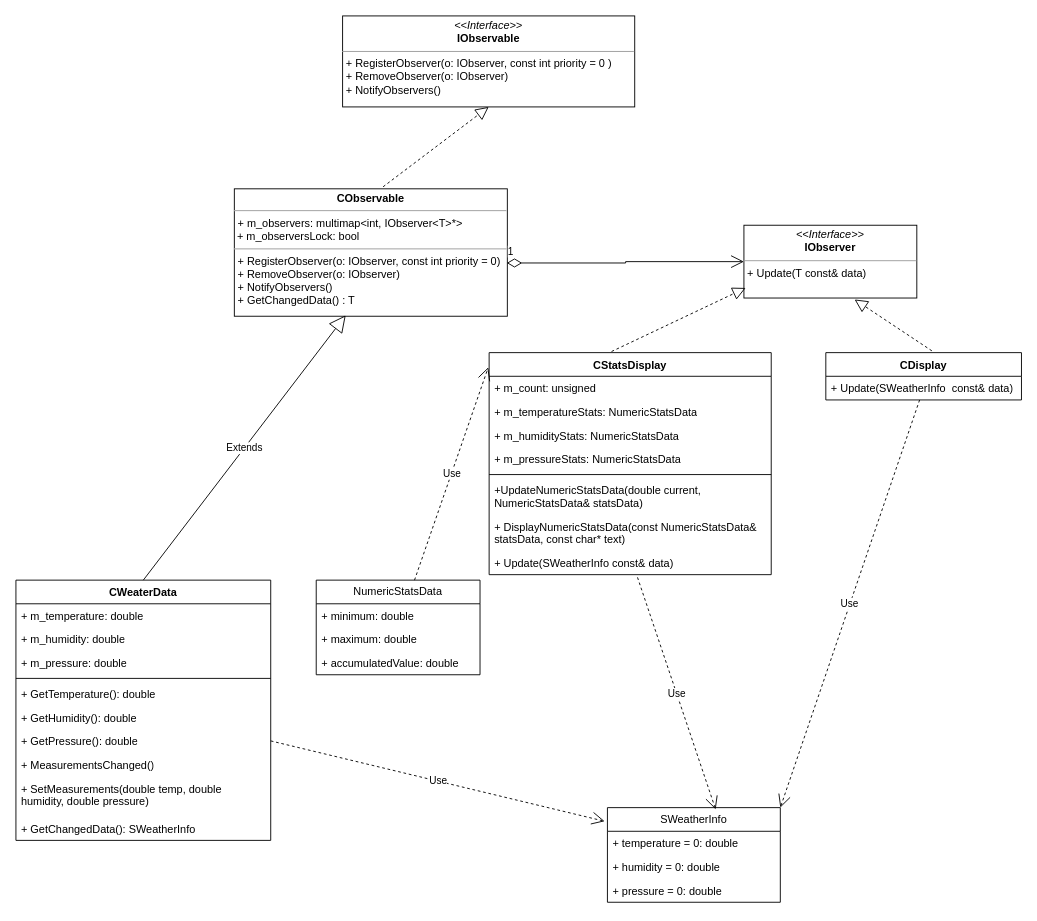
Earlier version of the draw.io diagram lab2/task3.drawio (amfunNylord/ood). Source tidied: cells renumbered, new cells numbered last; positions are measured from the earlier drawing's top-left corner, leaving out a move shared by most shapes. Both pictures are drawn from the tidied source at 91%, with x=0, y=0 at pixel (15, 15).
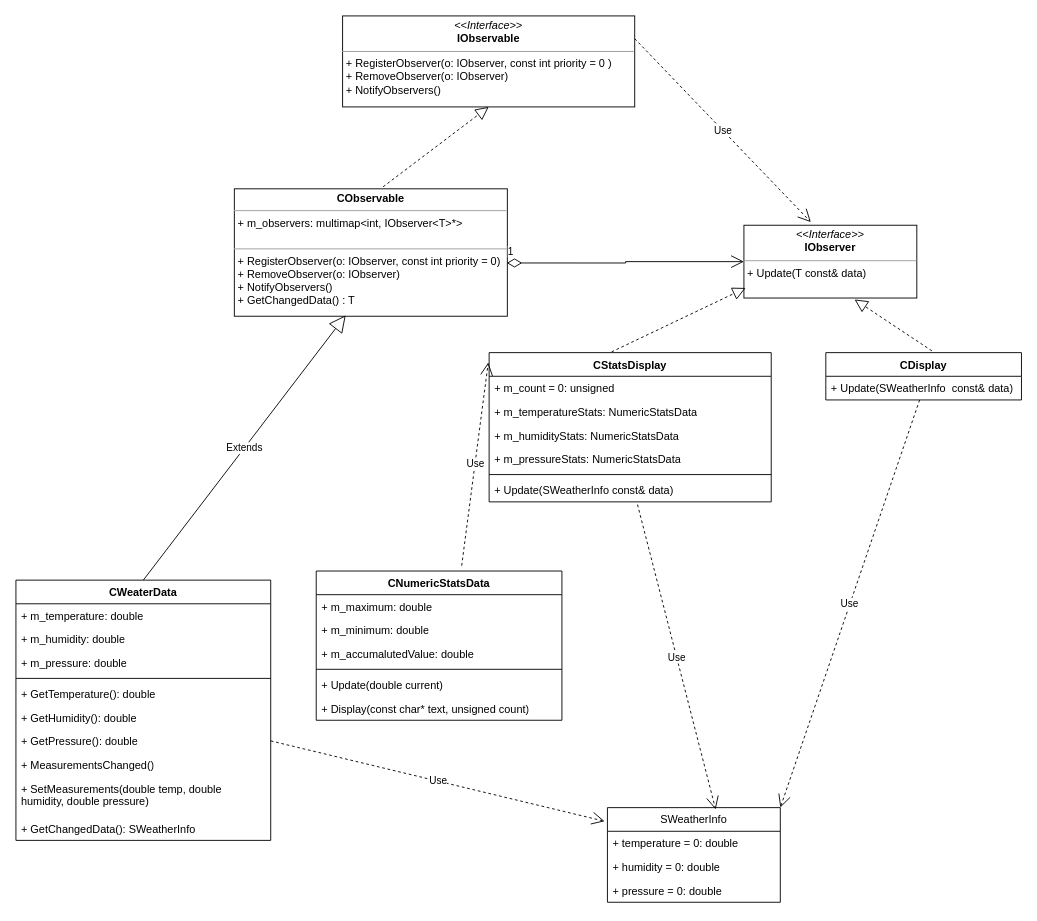
The same diagram, later.

The change refers to these unchanged cells:
```xml
<mxCell id="2" value="&lt;p style=&quot;margin:0px;margin-top:4px;text-align:center;&quot;&gt;&lt;i&gt;&amp;lt;&amp;lt;Interface&amp;gt;&amp;gt;&lt;/i&gt;&lt;br&gt;&lt;b&gt;IObserver&lt;/b&gt;&lt;/p&gt;&lt;hr size=&quot;1&quot;&gt;&lt;p style=&quot;margin:0px;margin-left:4px;&quot;&gt;+ Update(T const&amp;amp; data)&lt;br&gt;&lt;/p&gt;" style="verticalAlign=top;align=left;overflow=fill;fontSize=12;fontFamily=Helvetica;html=1;whiteSpace=wrap;" parent="1" vertex="1">
  <mxGeometry x="800" y="230" width="190" height="80" as="geometry" />
</mxCell>
<mxCell id="3" value="&lt;p style=&quot;margin:0px;margin-top:4px;text-align:center;&quot;&gt;&lt;i&gt;&amp;lt;&amp;lt;Interface&amp;gt;&amp;gt;&lt;/i&gt;&lt;br&gt;&lt;b&gt;IObservable&lt;/b&gt;&lt;/p&gt;&lt;hr size=&quot;1&quot;&gt;&lt;p style=&quot;border-color: var(--border-color); margin: 0px 0px 0px 4px;&quot;&gt;+ RegisterObserver(o: IObserver, const int priority = 0 )&lt;/p&gt;&lt;p style=&quot;border-color: var(--border-color); margin: 0px 0px 0px 4px;&quot;&gt;+ RemoveObserver(o: IObserver)&lt;/p&gt;&lt;p style=&quot;border-color: var(--border-color); margin: 0px 0px 0px 4px;&quot;&gt;+ NotifyObservers()&lt;/p&gt;" style="verticalAlign=top;align=left;overflow=fill;fontSize=12;fontFamily=Helvetica;html=1;whiteSpace=wrap;" parent="1" vertex="1">
  <mxGeometry x="359" width="321" height="100" as="geometry" />
</mxCell>
```

Diff of the diagram source:
```diff
@@
-    <mxCell id="4" value="&lt;p style=&quot;margin:0px;margin-top:4px;text-align:center;&quot;&gt;&lt;b&gt;CObservable&lt;/b&gt;&lt;/p&gt;&lt;hr size=&quot;1&quot;&gt;&lt;p style=&quot;margin:0px;margin-left:4px;&quot;&gt;+ m_observers: multimap&amp;lt;int, IObserver&amp;lt;T&amp;gt;*&amp;gt;&lt;/p&gt;&amp;nbsp;+ m_observersLock: bool&lt;br&gt;&lt;hr size=&quot;1&quot;&gt;&lt;p style=&quot;border-color: var(--border-color); margin: 0px 0px 0px 4px;&quot;&gt;+ RegisterObserver(o: IObserver, const int priority = 0)&lt;/p&gt;&lt;p style=&quot;border-color: var(--border-color); margin: 0px 0px 0px 4px;&quot;&gt;+ RemoveObserver(o: IObserver)&lt;/p&gt;&lt;p style=&quot;border-color: var(--border-color); margin: 0px 0px 0px 4px;&quot;&gt;+ NotifyObservers()&lt;/p&gt;&lt;p style=&quot;border-color: var(--border-color); margin: 0px 0px 0px 4px;&quot;&gt;+ GetChangedData() : T&lt;/p&gt;" style="verticalAlign=top;align=left;overflow=fill;fontSize=12;fontFamily=Helvetica;html=1;whiteSpace=wrap;" parent="1" vertex="1">
+    <mxCell id="4" value="&lt;p style=&quot;margin:0px;margin-top:4px;text-align:center;&quot;&gt;&lt;b&gt;CObservable&lt;/b&gt;&lt;/p&gt;&lt;hr size=&quot;1&quot;&gt;&lt;p style=&quot;margin:0px;margin-left:4px;&quot;&gt;+ m_observers: multimap&amp;lt;int, IObserver&amp;lt;T&amp;gt;*&amp;gt;&lt;/p&gt;&lt;br&gt;&lt;hr size=&quot;1&quot;&gt;&lt;p style=&quot;border-color: var(--border-color); margin: 0px 0px 0px 4px;&quot;&gt;+ RegisterObserver(o: IObserver, const int priority = 0)&lt;/p&gt;&lt;p style=&quot;border-color: var(--border-color); margin: 0px 0px 0px 4px;&quot;&gt;+ RemoveObserver(o: IObserver)&lt;/p&gt;&lt;p style=&quot;border-color: var(--border-color); margin: 0px 0px 0px 4px;&quot;&gt;+ NotifyObservers()&lt;/p&gt;&lt;p style=&quot;border-color: var(--border-color); margin: 0px 0px 0px 4px;&quot;&gt;+ GetChangedData() : T&lt;/p&gt;" style="verticalAlign=top;align=left;overflow=fill;fontSize=12;fontFamily=Helvetica;html=1;whiteSpace=wrap;" parent="1" vertex="1">
       <mxGeometry x="240" y="190" width="300" height="140" as="geometry" />
     </mxCell>
@@
     <mxCell id="13" value="CStatsDisplay" style="swimlane;fontStyle=1;align=center;verticalAlign=top;horizontal=1;startSize=26;whiteSpace=wrap;html=1;" parent="1" vertex="1">
-      <mxGeometry x="520" y="370" width="310" height="244" as="geometry" />
+      <mxGeometry x="520" y="370" width="310" height="164" as="geometry" />
     </mxCell>
-    <mxCell id="14" value="+ m_count: unsigned&amp;nbsp;" style="text;strokeColor=none;fillColor=none;align=left;verticalAlign=top;spacingLeft=4;spacingRight=4;overflow=hidden;whiteSpace=wrap;html=1;" parent="13" vertex="1">
+    <mxCell id="14" value="+ m_count = 0: unsigned&amp;nbsp;" style="text;strokeColor=none;fillColor=none;align=left;verticalAlign=top;spacingLeft=4;spacingRight=4;overflow=hidden;whiteSpace=wrap;html=1;" parent="13" vertex="1">
       <mxGeometry y="26" width="310" height="26" as="geometry" />
     </mxCell>
@@
-    <mxCell id="19" value="+UpdateNumericStatsData(double current, NumericStatsData&amp;amp; statsData)" style="text;strokeColor=none;fillColor=none;align=left;verticalAlign=top;spacingLeft=4;spacingRight=4;overflow=hidden;whiteSpace=wrap;html=1;" parent="13" vertex="1">
-      <mxGeometry y="138" width="310" height="40" as="geometry" />
-    </mxCell>
-    <mxCell id="20" value="+&amp;nbsp;DisplayNumericStatsData(const NumericStatsData&amp;amp; statsData, const char* text)" style="text;strokeColor=none;fillColor=none;align=left;verticalAlign=top;spacingLeft=4;spacingRight=4;overflow=hidden;whiteSpace=wrap;html=1;" parent="13" vertex="1">
-      <mxGeometry y="178" width="310" height="40" as="geometry" />
-    </mxCell>
     <mxCell id="21" value="+ Update(SWeatherInfo const&amp;amp; data)" style="text;strokeColor=none;fillColor=none;align=left;verticalAlign=top;spacingLeft=4;spacingRight=4;overflow=hidden;points=[[0,0.5],[1,0.5]];portConstraint=eastwest;whiteSpace=wrap;html=1;" parent="13" vertex="1">
-      <mxGeometry y="218" width="310" height="26" as="geometry" />
+      <mxGeometry y="138" width="310" height="26" as="geometry" />
     </mxCell>
-    <mxCell id="22" value="NumericStatsData" style="swimlane;fontStyle=0;horizontal=1;startSize=26;fillColor=none;whiteSpace=wrap;html=1;" parent="1" vertex="1">
-      <mxGeometry x="330" y="620" width="180" height="104" as="geometry" />
-    </mxCell>
-    <mxCell id="23" value="+ minimum: double" style="text;strokeColor=none;fillColor=none;align=left;verticalAlign=top;spacingLeft=4;spacingRight=4;overflow=hidden;whiteSpace=wrap;html=1;" parent="22" vertex="1">
-      <mxGeometry y="26" width="180" height="26" as="geometry" />
-    </mxCell>
-    <mxCell id="24" value="+ maximum: double" style="text;strokeColor=none;fillColor=none;align=left;verticalAlign=top;spacingLeft=4;spacingRight=4;overflow=hidden;whiteSpace=wrap;html=1;" parent="22" vertex="1">
-      <mxGeometry y="52" width="180" height="26" as="geometry" />
-    </mxCell>
-    <mxCell id="25" value="+ accumulatedValue: double" style="text;strokeColor=none;fillColor=none;align=left;verticalAlign=top;spacingLeft=4;spacingRight=4;overflow=hidden;whiteSpace=wrap;html=1;" parent="22" vertex="1">
-      <mxGeometry y="78" width="180" height="26" as="geometry" />
-    </mxCell>
-    <mxCell id="26" value="Use" style="endArrow=open;endSize=12;dashed=1;html=1;rounded=0;entryX=-0.003;entryY=0.066;entryDx=0;entryDy=0;entryPerimeter=0;" parent="1" edge="1" source="22" target="13">
+    <mxCell id="26" value="Use" style="endArrow=open;endSize=12;dashed=1;html=1;rounded=0;entryX=-0.003;entryY=0.066;entryDx=0;entryDy=0;entryPerimeter=0;exitX=0.592;exitY=-0.036;exitDx=0;exitDy=0;exitPerimeter=0;" parent="1" edge="1" source="45" target="13">
       <mxGeometry relative="1" as="geometry" />
     </mxCell>
@@
+    <mxCell id="44" value="Use" style="endArrow=open;endSize=12;dashed=1;html=1;rounded=0;entryX=0.387;entryY=-0.043;entryDx=0;entryDy=0;entryPerimeter=0;exitX=1;exitY=0.25;exitDx=0;exitDy=0;" parent="1" edge="1" source="3" target="2">
+      <mxGeometry relative="1" as="geometry" />
+    </mxCell>
+    <mxCell id="45" value="CNumericStatsData" style="swimlane;fontStyle=1;align=center;verticalAlign=top;horizontal=1;startSize=26;whiteSpace=wrap;html=1;" parent="1" vertex="1">
+      <mxGeometry x="330" y="610" width="270" height="164" as="geometry" />
+    </mxCell>
+    <mxCell id="46" value="+ m_maximum: double" style="text;strokeColor=none;fillColor=none;align=left;verticalAlign=top;spacingLeft=4;spacingRight=4;overflow=hidden;whiteSpace=wrap;html=1;" parent="45" vertex="1">
+      <mxGeometry y="26" width="270" height="26" as="geometry" />
+    </mxCell>
+    <mxCell id="47" value="+ m_minimum: double" style="text;strokeColor=none;fillColor=none;align=left;verticalAlign=top;spacingLeft=4;spacingRight=4;overflow=hidden;whiteSpace=wrap;html=1;" parent="45" vertex="1">
+      <mxGeometry y="52" width="270" height="26" as="geometry" />
+    </mxCell>
+    <mxCell id="48" value="+ m_accumalutedValue: double" style="text;strokeColor=none;fillColor=none;align=left;verticalAlign=top;spacingLeft=4;spacingRight=4;overflow=hidden;whiteSpace=wrap;html=1;" parent="45" vertex="1">
+      <mxGeometry y="78" width="270" height="26" as="geometry" />
+    </mxCell>
+    <mxCell id="49" style="line;strokeWidth=1;fillColor=none;align=left;verticalAlign=middle;spacingTop=-1;spacingLeft=3;spacingRight=3;labelPosition=right;strokeColor=inherit;" parent="45" vertex="1">
+      <mxGeometry y="104" width="270" height="8" as="geometry" />
+    </mxCell>
+    <mxCell id="50" value="+ Update(double current)" style="text;strokeColor=none;fillColor=none;align=left;verticalAlign=top;spacingLeft=4;spacingRight=4;overflow=hidden;whiteSpace=wrap;html=1;" parent="45" vertex="1">
+      <mxGeometry y="112" width="270" height="26" as="geometry" />
+    </mxCell>
+    <mxCell id="51" value="+ Display(const char* text, unsigned count)" style="text;strokeColor=none;fillColor=none;align=left;verticalAlign=top;spacingLeft=4;spacingRight=4;overflow=hidden;whiteSpace=wrap;html=1;" parent="45" vertex="1">
+      <mxGeometry y="138" width="270" height="26" as="geometry" />
+    </mxCell>
```
